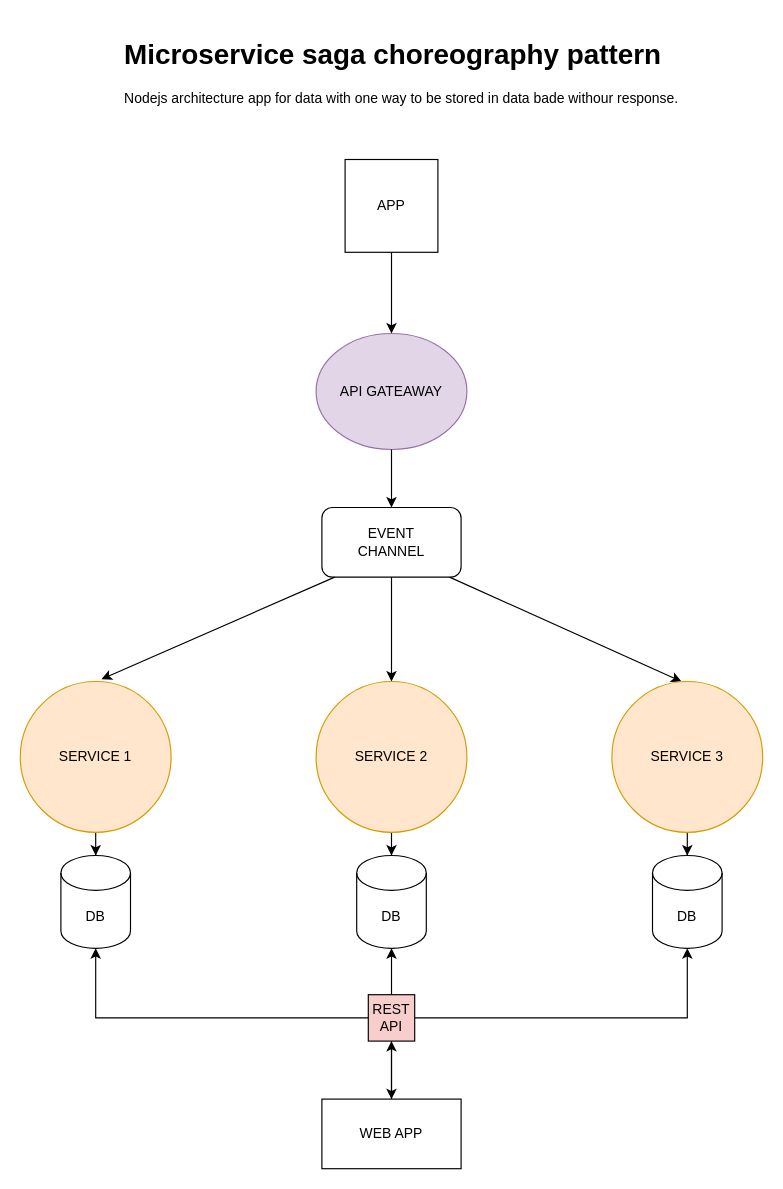
davidkern13/Microservices-Architecture keeps this draw.io diagram as microservices-saga-architecture.drawio. Above is the earlier version. Source tidied: cells renumbered, new cells numbered last; positions are measured from the earlier drawing's top-left corner, leaving out a move shared by most shapes. Both pictures are drawn from the tidied source at 116%, with x=0, y=0 at pixel (20, 31).
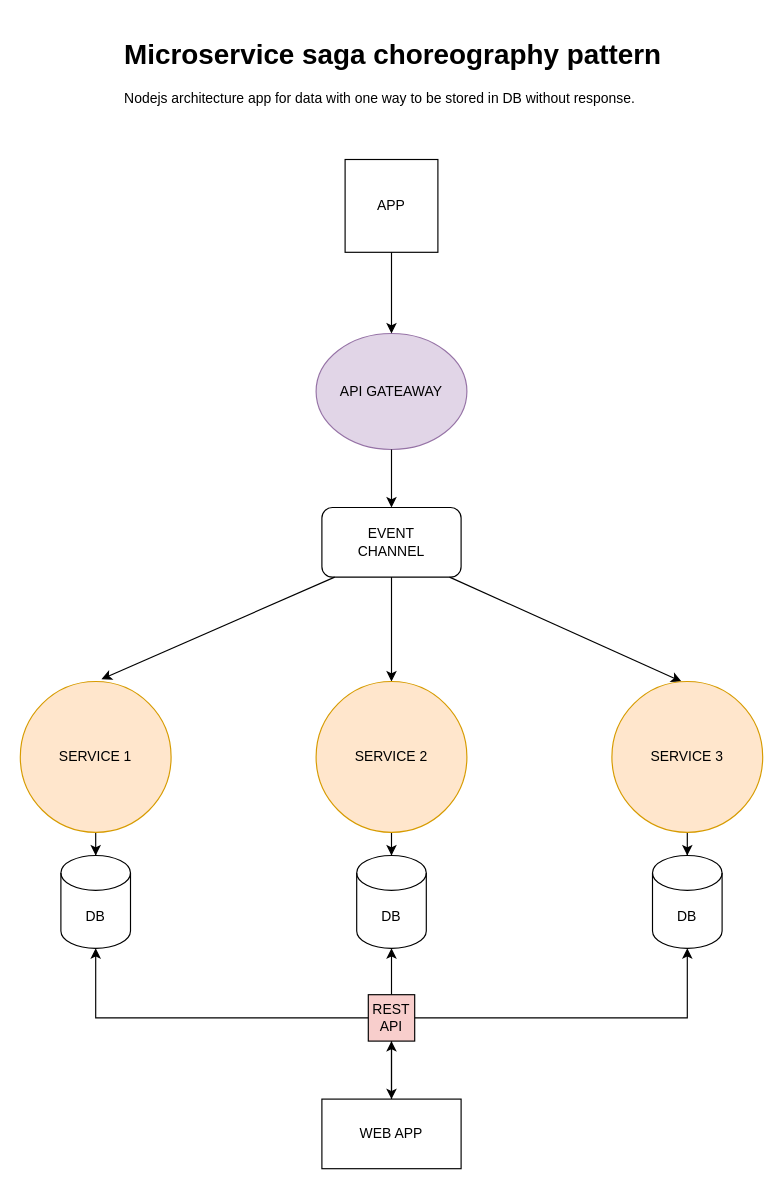
The same page after the edit.

The edit, as a diff of the source:
```diff
@@
-    <mxCell id="10" value="&lt;h1&gt;Microservice saga choreography pattern&lt;/h1&gt;&lt;p&gt;Nodejs&amp;nbsp;architecture app for data with one way to be stored in data bade withour response.&lt;/p&gt;" style="text;html=1;strokeColor=none;fillColor=none;spacing=5;spacingTop=-20;whiteSpace=wrap;overflow=hidden;rounded=0;" parent="1" vertex="1">
+    <mxCell id="10" value="&lt;h1&gt;Microservice saga choreography pattern&lt;/h1&gt;&lt;p&gt;Nodejs&amp;nbsp;architecture app for data with one way to be stored in DB without response.&lt;/p&gt;" style="text;html=1;strokeColor=none;fillColor=none;spacing=5;spacingTop=-20;whiteSpace=wrap;overflow=hidden;rounded=0;" parent="1" vertex="1">
       <mxGeometry x="85" width="490" height="120" as="geometry" />
     </mxCell>
```
